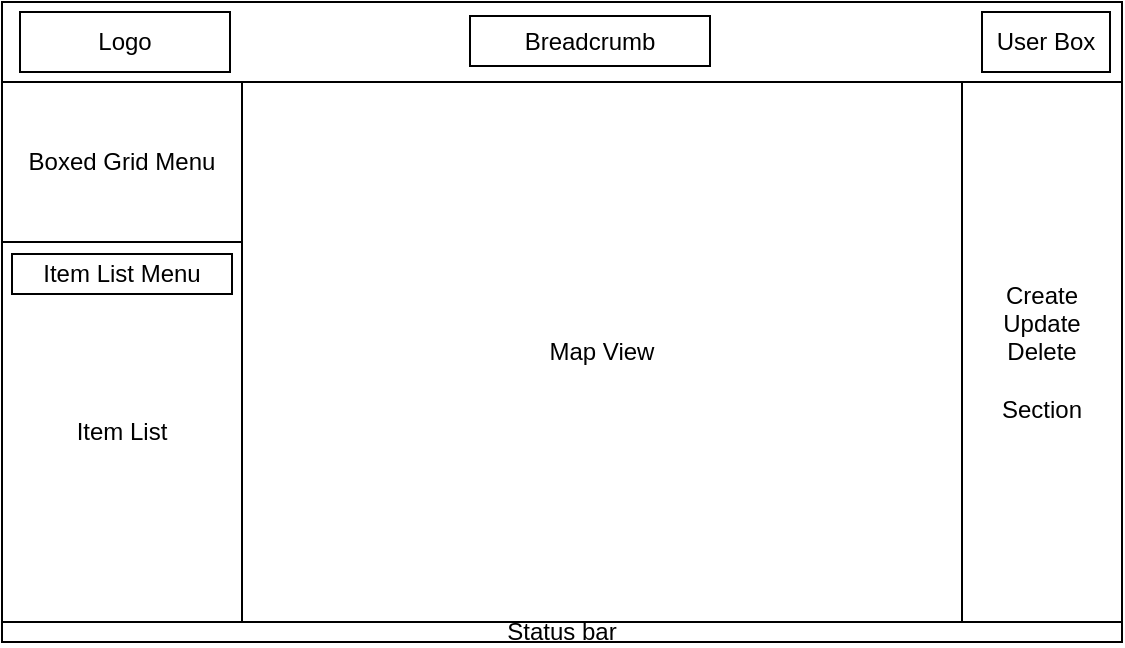
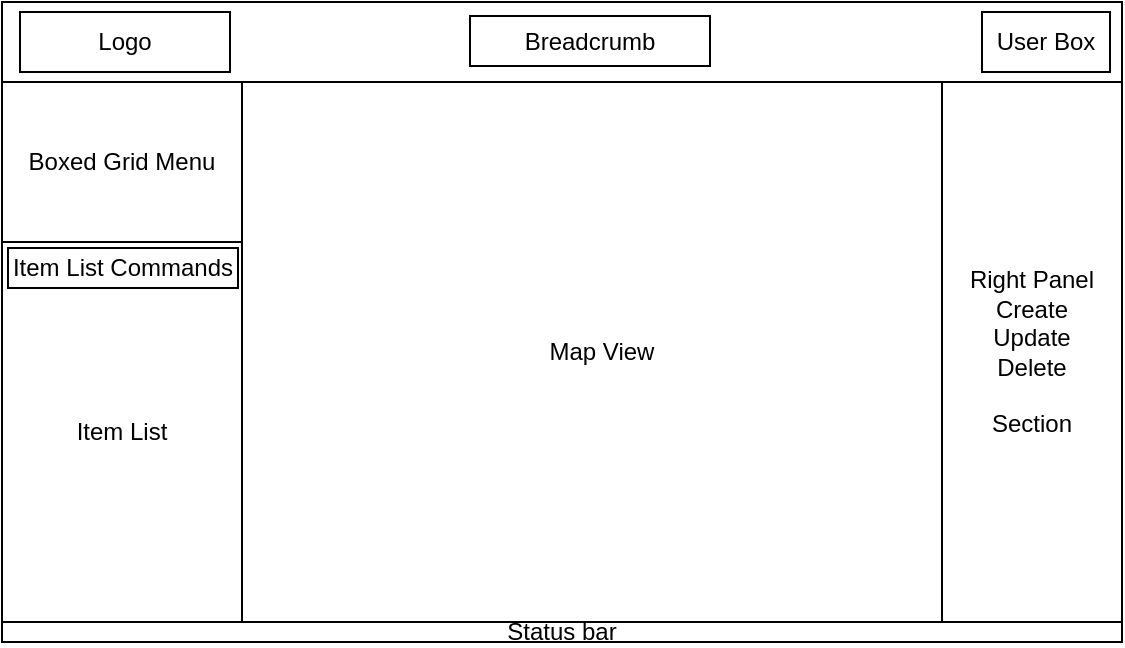
<mxfile host="65bd71144e">
    <diagram id="Gd8eX4jZTeVVURLYY1-l" name="Page-1">
        <mxGraphModel dx="1006" dy="623" grid="1" gridSize="10" guides="1" tooltips="1" connect="1" arrows="1" fold="1" page="1" pageScale="1" pageWidth="850" pageHeight="1100" math="0" shadow="0">
            <root>
                <mxCell id="0"/>
                <mxCell id="2" value="Front" parent="0"/>
                <mxCell id="1" parent="0"/>
-                 <mxCell id="3" value="" style="rounded=0;whiteSpace=wrap;html=1;" vertex="1" parent="1">
+                 <mxCell id="3" value="" style="rounded=0;whiteSpace=wrap;html=1;" parent="1" vertex="1">
                    <mxGeometry x="80" y="80" width="560" height="40" as="geometry"/>
                </mxCell>
-                 <mxCell id="4" value="Status bar" style="rounded=0;whiteSpace=wrap;html=1;" vertex="1" parent="1">
+                 <mxCell id="4" value="Status bar" style="rounded=0;whiteSpace=wrap;html=1;" parent="1" vertex="1">
                    <mxGeometry x="80" y="390" width="560" height="10" as="geometry"/>
                </mxCell>
-                 <mxCell id="5" value="Logo" style="rounded=0;whiteSpace=wrap;html=1;" vertex="1" parent="1">
+                 <mxCell id="5" value="Logo" style="rounded=0;whiteSpace=wrap;html=1;" parent="1" vertex="1">
                    <mxGeometry x="89" y="85" width="105" height="30" as="geometry"/>
                </mxCell>
-                 <mxCell id="8" value="User Box" style="rounded=0;whiteSpace=wrap;html=1;" vertex="1" parent="1">
+                 <mxCell id="8" value="User Box" style="rounded=0;whiteSpace=wrap;html=1;" parent="1" vertex="1">
                    <mxGeometry x="570" y="85" width="64" height="30" as="geometry"/>
                </mxCell>
-                 <mxCell id="10" value="Boxed Grid Menu" style="rounded=0;whiteSpace=wrap;html=1;" vertex="1" parent="1">
+                 <mxCell id="10" value="Boxed Grid Menu" style="rounded=0;whiteSpace=wrap;html=1;" parent="1" vertex="1">
                    <mxGeometry x="80" y="120" width="120" height="80" as="geometry"/>
                </mxCell>
-                 <mxCell id="11" value="Item List" style="rounded=0;whiteSpace=wrap;html=1;" vertex="1" parent="1">
+                 <mxCell id="11" value="Item List" style="rounded=0;whiteSpace=wrap;html=1;" parent="1" vertex="1">
                    <mxGeometry x="80" y="200" width="120" height="190" as="geometry"/>
                </mxCell>
-                 <mxCell id="12" value="Map View" style="rounded=0;whiteSpace=wrap;html=1;" vertex="1" parent="1">
+                 <mxCell id="12" value="Map View" style="rounded=0;whiteSpace=wrap;html=1;" parent="1" vertex="1">
                    <mxGeometry x="200" y="120" width="360" height="270" as="geometry"/>
                </mxCell>
-                 <mxCell id="13" value="Create&lt;br&gt;Update&lt;br&gt;Delete&lt;br&gt;&lt;br&gt;Section" style="rounded=0;whiteSpace=wrap;html=1;" vertex="1" parent="1">
-                     <mxGeometry x="560" y="120" width="80" height="270" as="geometry"/>
+                 <mxCell id="13" value="Right Panel&lt;br&gt;Create&lt;br&gt;Update&lt;br&gt;Delete&lt;br&gt;&lt;br&gt;Section" style="rounded=0;whiteSpace=wrap;html=1;" parent="1" vertex="1">
+                     <mxGeometry x="550" y="120" width="90" height="270" as="geometry"/>
                </mxCell>
-                 <mxCell id="14" value="Item List Menu" style="rounded=0;whiteSpace=wrap;html=1;" vertex="1" parent="1">
-                     <mxGeometry x="85" y="206" width="110" height="20" as="geometry"/>
+                 <mxCell id="14" value="Item List Commands" style="rounded=0;whiteSpace=wrap;html=1;" parent="1" vertex="1">
+                     <mxGeometry x="83" y="203" width="115" height="20" as="geometry"/>
                </mxCell>
-                 <mxCell id="15" value="Breadcrumb" style="rounded=0;whiteSpace=wrap;html=1;" vertex="1" parent="1">
+                 <mxCell id="15" value="Breadcrumb" style="rounded=0;whiteSpace=wrap;html=1;" parent="1" vertex="1">
                    <mxGeometry x="314" y="87" width="120" height="25" as="geometry"/>
                </mxCell>
            </root>
        </mxGraphModel>
    </diagram>
</mxfile>